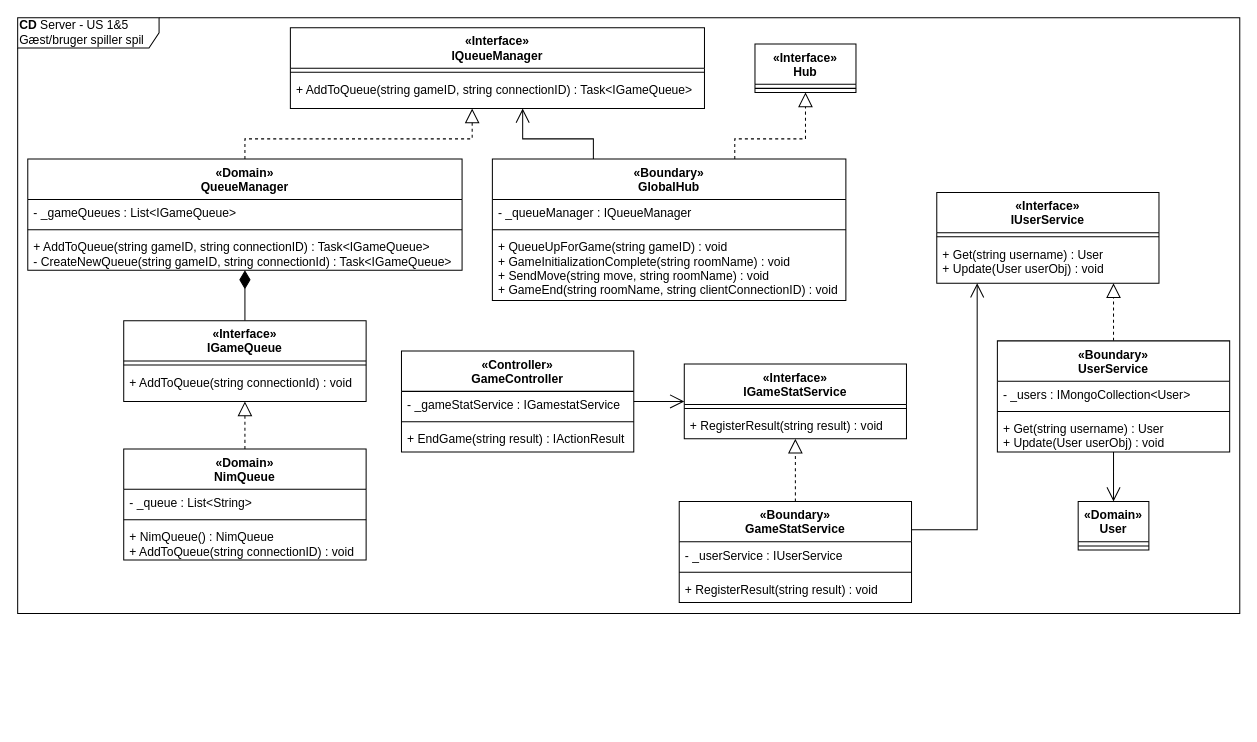
The draw.io diagram page "CD-Server" (4 of 4) of diagrams/arkitektur/US1&5_spil.drawio in Macradon/I7BAC-PlugNPlay, before the edit. Source tidied: cells renumbered, new cells numbered last; positions are measured from the earlier drawing's top-left corner, leaving out a move shared by most shapes. Both pictures are drawn from the tidied source at 101%, with x=0, y=0 at pixel (17, 17).
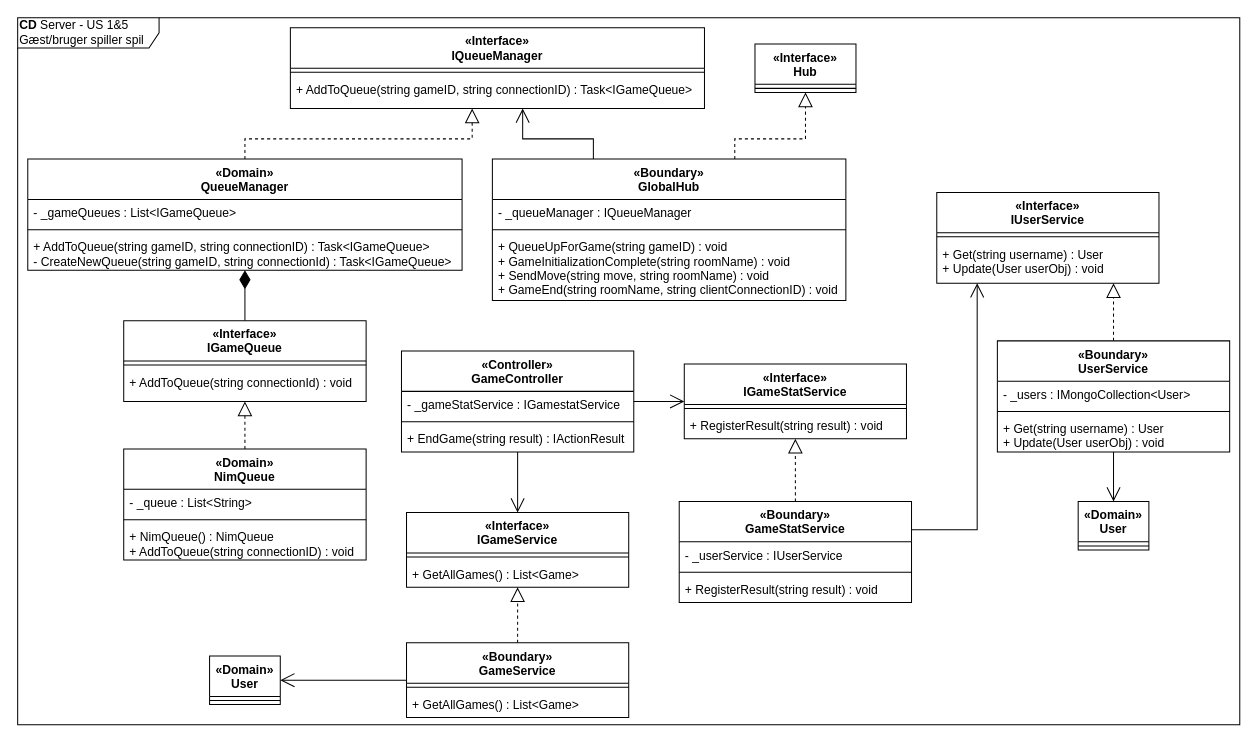
After the change.

The change refers to these unchanged cells:
```xml
<mxCell id="25" value="«Controller»&#10;GameController" style="swimlane;fontStyle=1;align=center;verticalAlign=top;horizontal=1;startSize=40;" parent="1" vertex="1">
  <mxGeometry x="380" y="330" width="230" height="100" as="geometry" />
</mxCell>
```

Diff of the diagram source:
```diff
@@
     <mxCell id="2" value="&lt;b style=&quot;&quot;&gt;CD&lt;/b&gt;&lt;span style=&quot;&quot;&gt;&amp;nbsp;Server - US 1&amp;amp;5&lt;/span&gt;&lt;br style=&quot;&quot;&gt;&lt;span style=&quot;&quot;&gt;Gæst/bruger spiller spil&lt;/span&gt;" style="shape=umlFrame;whiteSpace=wrap;html=1;width=140;height=30;align=left;" parent="1" vertex="1">
-      <mxGeometry width="1210" height="590" as="geometry" />
+      <mxGeometry width="1210" height="700" as="geometry" />
     </mxCell>
@@
+    <mxCell id="53" style="edgeStyle=orthogonalEdgeStyle;rounded=0;jettySize=auto;html=1;align=center;endArrow=open;endFill=0;endSize=12;" parent="1" edge="1" source="25" target="54">
+      <mxGeometry relative="1" as="geometry" />
+    </mxCell>
@@
+    <mxCell id="54" value="«Interface»&#10;IGameService" style="swimlane;fontStyle=1;align=center;verticalAlign=top;horizontal=1;startSize=40;" parent="1" vertex="1">
+      <mxGeometry x="385" y="490" width="220" height="74" as="geometry" />
+    </mxCell>
+    <mxCell id="55" style="line;strokeWidth=1;fillColor=none;align=left;verticalAlign=middle;spacingTop=-1;spacingLeft=3;spacingRight=3;labelPosition=right;" parent="54" vertex="1">
+      <mxGeometry y="40" width="220" height="8" as="geometry" />
+    </mxCell>
+    <mxCell id="56" value="+ GetAllGames() : List&lt;Game&gt;" style="text;strokeColor=none;fillColor=none;align=left;verticalAlign=top;spacingLeft=4;spacingRight=4;overflow=hidden;" parent="54" vertex="1">
+      <mxGeometry y="48" width="220" height="26" as="geometry" />
+    </mxCell>
+    <mxCell id="57" style="edgeStyle=orthogonalEdgeStyle;rounded=0;jettySize=auto;html=1;endArrow=block;endFill=0;endSize=12;align=center;dashed=1;" parent="1" edge="1" source="59" target="54">
+      <mxGeometry relative="1" as="geometry" />
+    </mxCell>
+    <mxCell id="58" style="edgeStyle=orthogonalEdgeStyle;rounded=0;jettySize=auto;html=1;endArrow=open;endFill=0;endSize=12;align=center;" parent="1" edge="1" source="59" target="62">
+      <mxGeometry relative="1" as="geometry" />
+    </mxCell>
+    <mxCell id="59" value="«Boundary»&#10;GameService" style="swimlane;fontStyle=1;align=center;verticalAlign=top;horizontal=1;startSize=40;" parent="1" vertex="1">
+      <mxGeometry x="385" y="619" width="220" height="74" as="geometry" />
+    </mxCell>
+    <mxCell id="60" style="line;strokeWidth=1;fillColor=none;align=left;verticalAlign=middle;spacingTop=-1;spacingLeft=3;spacingRight=3;labelPosition=right;" parent="59" vertex="1">
+      <mxGeometry y="40" width="220" height="8" as="geometry" />
+    </mxCell>
+    <mxCell id="61" value="+ GetAllGames() : List&lt;Game&gt;" style="text;strokeColor=none;fillColor=none;align=left;verticalAlign=top;spacingLeft=4;spacingRight=4;overflow=hidden;" parent="59" vertex="1">
+      <mxGeometry y="48" width="220" height="26" as="geometry" />
+    </mxCell>
+    <mxCell id="62" value="«Domain»&#10;User" style="swimlane;fontStyle=1;align=center;verticalAlign=top;horizontal=1;startSize=40;" parent="1" vertex="1">
+      <mxGeometry x="190" y="632" width="70" height="48" as="geometry" />
+    </mxCell>
+    <mxCell id="63" style="line;strokeWidth=1;fillColor=none;align=left;verticalAlign=middle;spacingTop=-1;spacingLeft=3;spacingRight=3;labelPosition=right;" parent="62" vertex="1">
+      <mxGeometry y="40" width="70" height="8" as="geometry" />
+    </mxCell>
```
